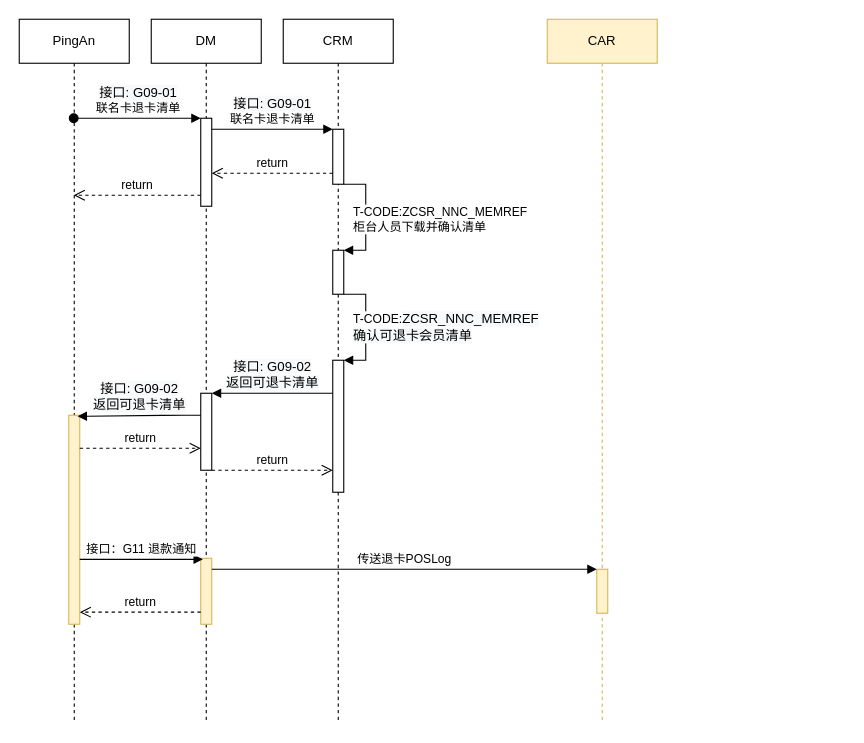
luss613/draw.io keeps this draw.io diagram as page "新平安退卡" (12 of 14) of DM系统对接.drawio. Above is the earlier version. Source tidied: cells renumbered, new cells numbered last; positions are measured from the earlier drawing's top-left corner, leaving out a move shared by most shapes. Both pictures are drawn from the tidied source at 110%, with x=0, y=0 at pixel (19, 19).
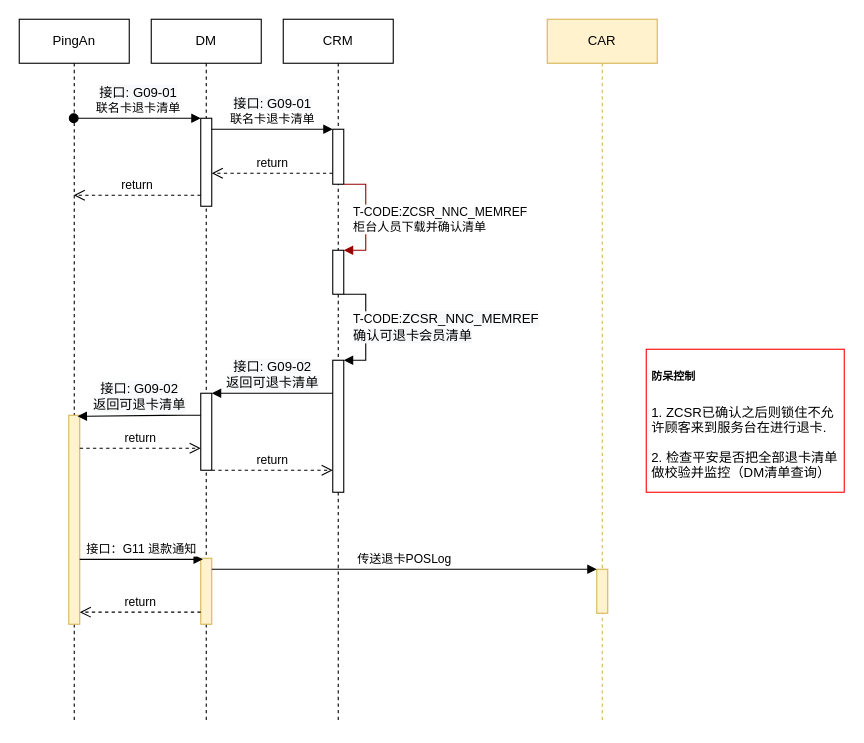
The same diagram, later.

Commit message:
更新DM系统对接.drawio

Unchanged cells that the change refers to:
```xml
<mxCell id="8" value="CRM" style="shape=umlLifeline;perimeter=lifelinePerimeter;whiteSpace=wrap;html=1;" parent="1" vertex="1">
  <mxGeometry x="240" width="100" height="640" as="geometry" />
</mxCell>
<mxCell id="9" style="html=1;points=[];perimeter=orthogonalPerimeter;" parent="8" vertex="1">
  <mxGeometry x="45" y="100" width="10" height="50" as="geometry" />
</mxCell>
<mxCell id="10" style="html=1;points=[];perimeter=orthogonalPerimeter;" parent="8" vertex="1">
  <mxGeometry x="45" y="210" width="10" height="40" as="geometry" />
</mxCell>
```

What changed in the source:
```diff
@@
-    <mxCell id="11" value="&lt;div&gt;&lt;span style=&quot;font-size: 11px&quot;&gt;T-CODE:ZCSR_NNC_MEMREF&lt;/span&gt;&lt;/div&gt;&lt;div&gt;&lt;span style=&quot;font-size: 11px&quot;&gt;柜台人员下载并确认清单&lt;/span&gt;&lt;/div&gt;" style="edgeStyle=orthogonalEdgeStyle;html=1;align=left;spacingLeft=2;endArrow=block;rounded=0;entryX=1;entryY=0;" parent="8" edge="1" source="9" target="10">
+    <mxCell id="11" value="&lt;div&gt;&lt;span style=&quot;font-size: 11px&quot;&gt;T-CODE:ZCSR_NNC_MEMREF&lt;/span&gt;&lt;/div&gt;&lt;div&gt;&lt;span style=&quot;font-size: 11px&quot;&gt;柜台人员下载并确认清单&lt;/span&gt;&lt;/div&gt;" style="edgeStyle=orthogonalEdgeStyle;html=1;align=left;spacingLeft=2;endArrow=block;rounded=0;entryX=1;entryY=0;strokeColor=#990000;fillColor=#CC0000;" parent="8" edge="1" source="9" target="10">
       <mxGeometry x="0.04" y="-15" relative="1" as="geometry">
         <Array as="points">
           <mxPoint x="75" y="150" />
           <mxPoint x="75" y="210" />
         </Array>
       </mxGeometry>
     </mxCell>
@@
+    <mxCell id="27" value="&lt;h1&gt;&lt;font style=&quot;font-size: 10px&quot;&gt;防呆控制&lt;/font&gt;&lt;/h1&gt;&lt;p&gt;1. ZCSR已确认之后则锁住不允许顾客来到服务台在进行退卡.&lt;/p&gt;&lt;p&gt;2. 检查平安是否把全部退卡清单做校验并监控（DM清单查询）&lt;/p&gt;" style="text;html=1;strokeColor=#FF0000;fillColor=none;spacing=5;spacingTop=-20;whiteSpace=wrap;overflow=hidden;rounded=0;" parent="1" vertex="1">
+      <mxGeometry x="570" y="300" width="180" height="130" as="geometry" />
+    </mxCell>
```
